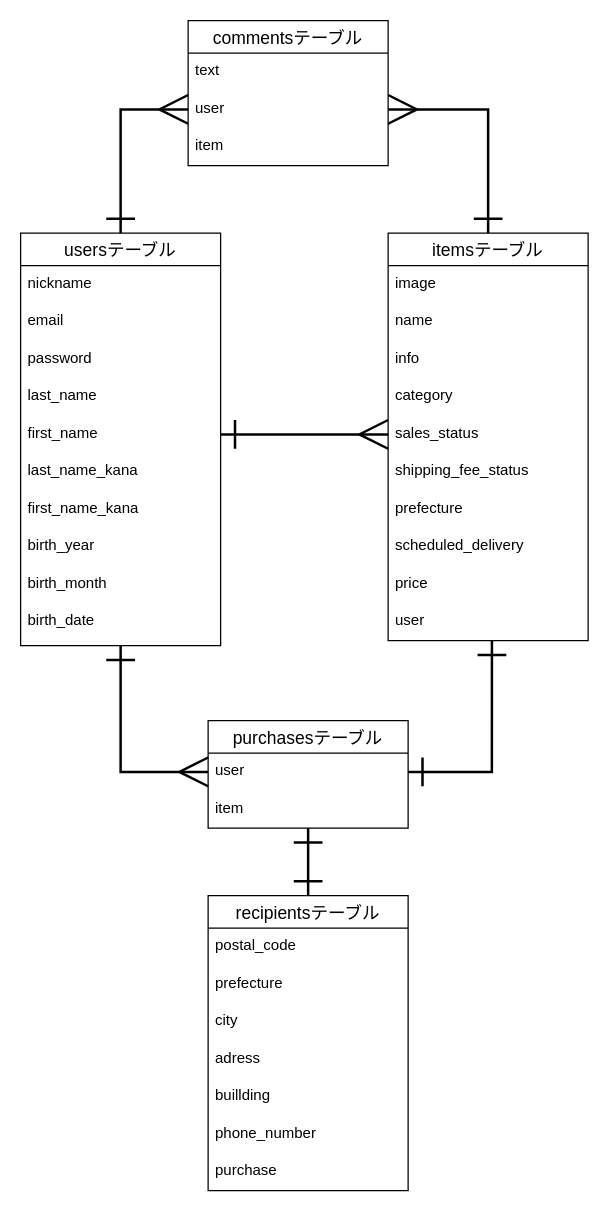
Above: ER.dio in HiroMiyagi/furima-32349 (draw.io), before the change. Source tidied: cells renumbered, new cells numbered last; positions are measured from the earlier drawing's top-left corner, leaving out a move shared by most shapes. Both pictures are drawn from the tidied source at 125%, with x=0, y=0 at pixel (20, 20).
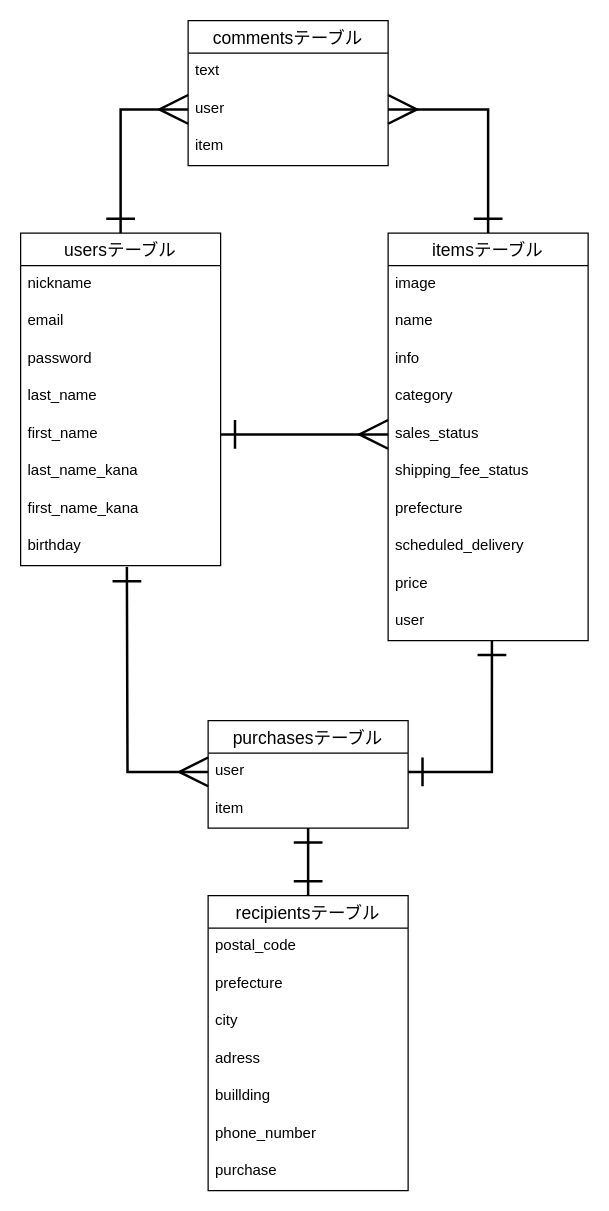
After the change.

Commit message (it also covers changes not shown here):
コメント２修正

The change refers to these unchanged cells:
```xml
<mxCell id="27" value="user" style="text;strokeColor=none;fillColor=none;spacingLeft=4;spacingRight=4;overflow=hidden;points=[[0,0.5],[1,0.5]];portConstraint=eastwest;fontSize=12;" parent="26" vertex="1">
  <mxGeometry y="26" width="160" height="30" as="geometry" />
</mxCell>
```

Change to the diagram source:
```diff
@@
     <mxCell id="3" value="usersテーブル" style="swimlane;fontStyle=0;horizontal=1;startSize=26;align=center;fontSize=14;" parent="1" vertex="1">
-      <mxGeometry y="170" width="160" height="330" as="geometry" />
+      <mxGeometry y="170" width="160" height="266" as="geometry" />
     </mxCell>
@@
-    <mxCell id="11" value="birth_year" style="text;strokeColor=none;fillColor=none;spacingLeft=4;spacingRight=4;overflow=hidden;fontSize=12;" parent="3" vertex="1">
+    <mxCell id="11" value="birthday" style="text;strokeColor=none;fillColor=none;spacingLeft=4;spacingRight=4;overflow=hidden;fontSize=12;" parent="3" vertex="1">
       <mxGeometry y="236" width="160" height="30" as="geometry" />
     </mxCell>
-    <mxCell id="12" value="birth_month" style="text;strokeColor=none;fillColor=none;spacingLeft=4;spacingRight=4;overflow=hidden;fontSize=12;" parent="3" vertex="1">
-      <mxGeometry y="266" width="160" height="30" as="geometry" />
-    </mxCell>
-    <mxCell id="13" value="birth_date" style="text;strokeColor=none;fillColor=none;spacingLeft=4;spacingRight=4;overflow=hidden;points=[[0,0.5],[1,0.5]];portConstraint=eastwest;fontSize=12;" parent="3" vertex="1">
-      <mxGeometry y="296" width="160" height="34" as="geometry" />
-    </mxCell>
@@
-    <mxCell id="43" style="edgeStyle=orthogonalEdgeStyle;rounded=0;jettySize=auto;html=1;exitX=0.5;exitY=1;exitDx=0;exitDy=0;entryX=0;entryY=0.5;entryDx=0;entryDy=0;startArrow=ERone;startFill=0;startSize=20;endArrow=ERmany;endFill=0;endSize=20;strokeWidth=2;exitPerimeter=0;" parent="1" edge="1" source="13" target="27">
-      <mxGeometry relative="1" as="geometry" />
-    </mxCell>
@@
+    <mxCell id="45" style="edgeStyle=orthogonalEdgeStyle;rounded=0;jettySize=auto;html=1;entryX=0;entryY=0.5;entryDx=0;entryDy=0;endArrow=ERmany;endFill=0;strokeWidth=2;endSize=20;startArrow=ERone;startFill=0;startSize=20;" parent="1" edge="1" target="27">
+      <mxGeometry relative="1" as="geometry">
+        <mxPoint x="85" y="437" as="sourcePoint" />
+      </mxGeometry>
+    </mxCell>
```
